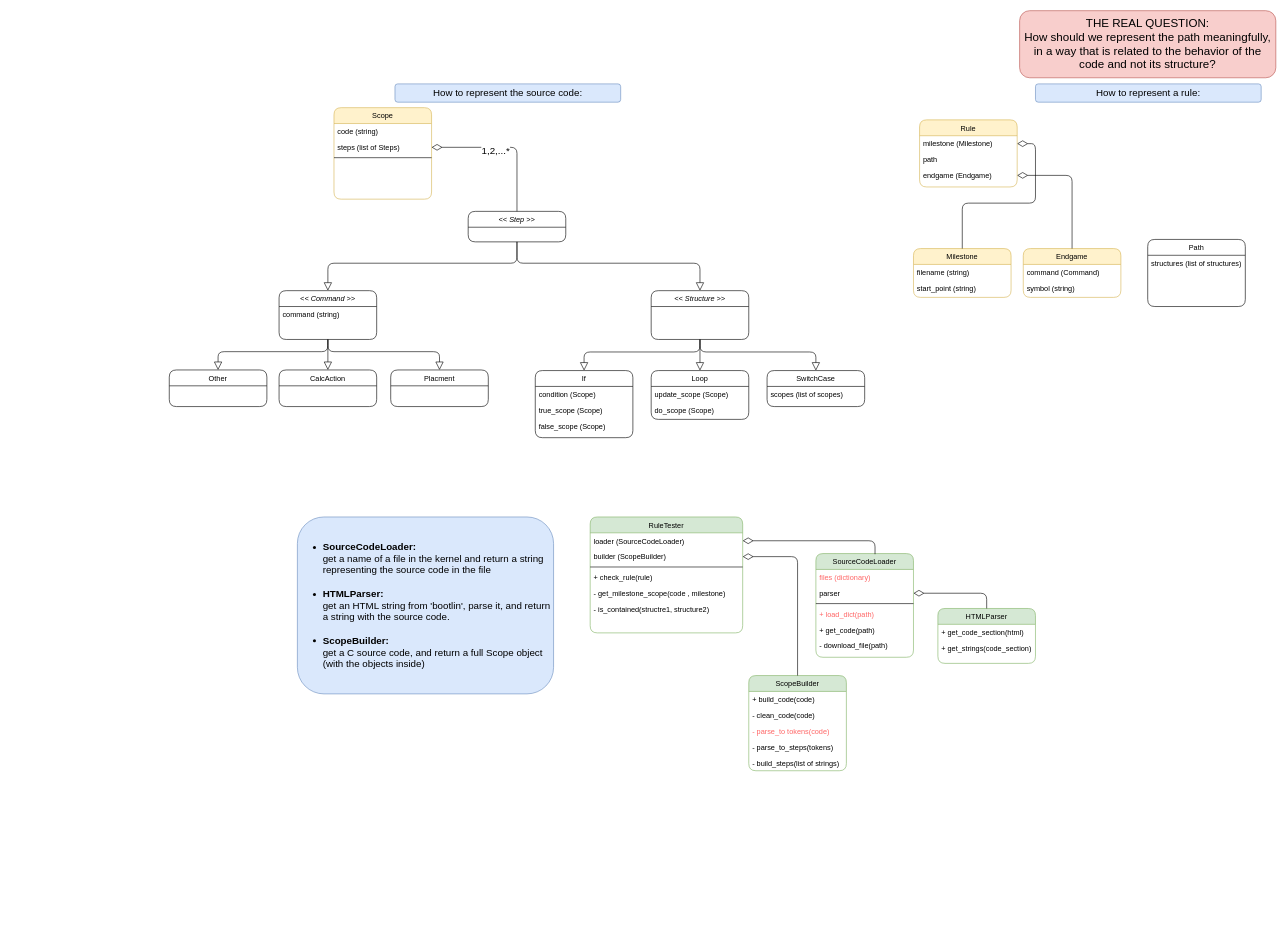
The draw.io diagram Untitled Diagram.drawio in zivnaim/simon, before the edit. Source tidied: cells renumbered, new cells numbered last; positions are measured from the earlier drawing's top-left corner, leaving out a move shared by most shapes. Both pictures are drawn from the tidied source at 61%, with x=0, y=0 at pixel (169, 10).
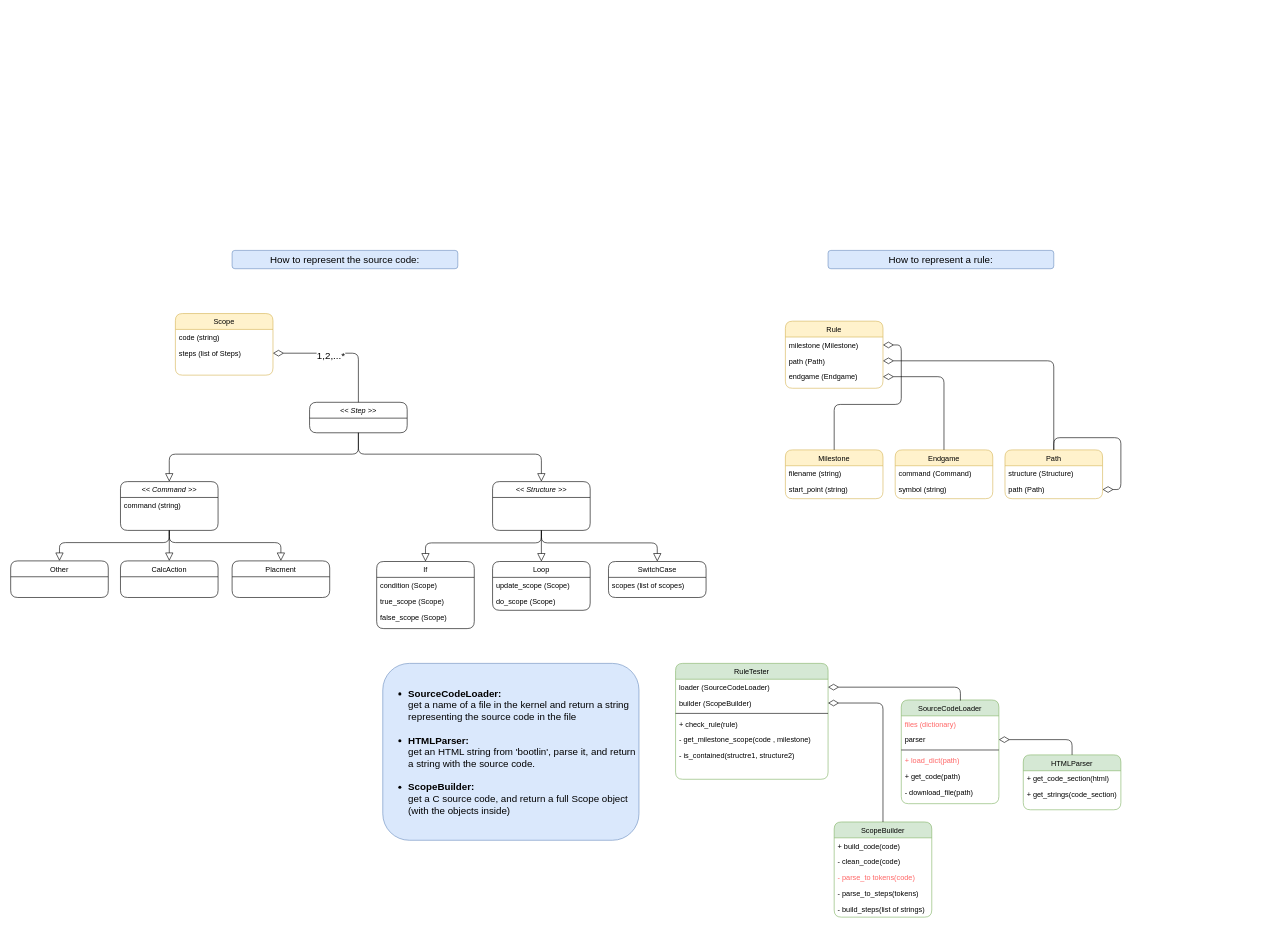
The same diagram, later.

The edit, as a diff of the source:
```diff
@@
     <mxCell id="2" value="SourceCodeLoader" style="swimlane;fontStyle=0;align=center;verticalAlign=top;horizontal=1;startSize=26;rounded=1;shadow=0;strokeWidth=1;fillColor=#d5e8d4;strokeColor=#82b366;" parent="1" vertex="1">
-      <mxGeometry x="1060" y="890" width="160" height="170" as="geometry" />
+      <mxGeometry x="1200" y="1130" width="160" height="170" as="geometry" />
     </mxCell>
@@
     <mxCell id="9" value="HTMLParser" style="swimlane;fontStyle=0;align=center;verticalAlign=top;horizontal=1;startSize=26;rounded=1;shadow=0;strokeWidth=1;fillColor=#d5e8d4;strokeColor=#82b366;" parent="1" vertex="1">
-      <mxGeometry x="1260" y="980" width="160" height="90" as="geometry" />
+      <mxGeometry x="1400" y="1220" width="160" height="90" as="geometry" />
     </mxCell>
@@
     <mxCell id="12" value="RuleTester" style="swimlane;fontStyle=0;align=center;verticalAlign=top;horizontal=1;startSize=26;rounded=1;shadow=0;strokeWidth=1;fillColor=#d5e8d4;strokeColor=#82b366;" parent="1" vertex="1">
-      <mxGeometry x="690" y="830" width="250" height="190" as="geometry" />
+      <mxGeometry x="830" y="1070" width="250" height="190" as="geometry" />
     </mxCell>
@@
     <mxCell id="22" value="&lt;&lt; Command &gt;&gt;" style="swimlane;fontStyle=2;align=center;verticalAlign=top;horizontal=1;startSize=26;rounded=1;shadow=0;strokeWidth=1;" parent="1" vertex="1">
-      <mxGeometry x="180" y="459" width="160" height="80" as="geometry" />
+      <mxGeometry x="-80" y="772" width="160" height="80" as="geometry" />
     </mxCell>
@@
     <mxCell id="24" value="CalcAction" style="swimlane;fontStyle=0;align=center;verticalAlign=top;horizontal=1;startSize=26;rounded=1;shadow=0;strokeWidth=1;" parent="1" vertex="1">
-      <mxGeometry x="180" y="589" width="160" height="60" as="geometry" />
+      <mxGeometry x="-80" y="902" width="160" height="60" as="geometry" />
     </mxCell>
     <mxCell id="25" value="Placment" style="swimlane;fontStyle=0;align=center;verticalAlign=top;horizontal=1;startSize=26;rounded=1;shadow=0;strokeWidth=1;" parent="1" vertex="1">
-      <mxGeometry x="363" y="589" width="160" height="60" as="geometry" />
+      <mxGeometry x="103" y="902" width="160" height="60" as="geometry" />
     </mxCell>
@@
     <mxCell id="29" value="&lt;&lt; Structure &gt;&gt;" style="swimlane;fontStyle=2;align=center;verticalAlign=top;horizontal=1;startSize=26;rounded=1;shadow=0;strokeWidth=1;" parent="1" vertex="1">
-      <mxGeometry x="790" y="459" width="160" height="80" as="geometry" />
+      <mxGeometry x="530" y="772" width="160" height="80" as="geometry" />
     </mxCell>
     <mxCell id="30" value="If" style="swimlane;fontStyle=0;align=center;verticalAlign=top;horizontal=1;startSize=26;rounded=1;shadow=0;strokeWidth=1;" parent="1" vertex="1">
-      <mxGeometry x="600" y="590" width="160" height="110" as="geometry" />
+      <mxGeometry x="340" y="903" width="160" height="110" as="geometry" />
     </mxCell>
@@
     <mxCell id="34" value="Loop" style="swimlane;fontStyle=0;align=center;verticalAlign=top;horizontal=1;startSize=26;rounded=1;shadow=0;strokeWidth=1;" parent="1" vertex="1">
-      <mxGeometry x="790" y="590" width="160" height="80" as="geometry" />
+      <mxGeometry x="530" y="903" width="160" height="80" as="geometry" />
     </mxCell>
@@
     <mxCell id="37" value="SwitchCase" style="swimlane;fontStyle=0;align=center;verticalAlign=top;horizontal=1;startSize=26;rounded=1;shadow=0;strokeWidth=1;" parent="1" vertex="1">
-      <mxGeometry x="980" y="590" width="160" height="59" as="geometry" />
+      <mxGeometry x="720" y="903" width="160" height="59" as="geometry" />
     </mxCell>
@@
     <mxCell id="41" value="&lt;&lt; Step &gt;&gt;" style="swimlane;fontStyle=2;align=center;verticalAlign=top;horizontal=1;startSize=26;rounded=1;shadow=0;strokeWidth=1;" parent="1" vertex="1">
-      <mxGeometry x="490" y="329" width="160" height="50" as="geometry" />
+      <mxGeometry x="230" y="642" width="160" height="50" as="geometry" />
     </mxCell>
     <mxCell id="42" value="Scope" style="swimlane;fontStyle=0;align=center;verticalAlign=top;horizontal=1;startSize=26;rounded=1;shadow=0;strokeWidth=1;fillColor=#fff2cc;strokeColor=#d6b656;" parent="1" vertex="1">
-      <mxGeometry x="270" y="159" width="160" height="150" as="geometry" />
+      <mxGeometry x="10" y="496.5" width="160" height="101" as="geometry" />
     </mxCell>
@@
-    <mxCell id="45" style="line;html=1;strokeWidth=1;align=left;verticalAlign=middle;spacingTop=-1;spacingLeft=3;spacingRight=3;labelPosition=right;rounded=1;" parent="42" vertex="1">
-      <mxGeometry y="78" width="160" height="8" as="geometry" />
-    </mxCell>
@@
     <mxCell id="48" value="How to represent the source code:" style="text;html=1;strokeColor=#6c8ebf;fillColor=#dae8fc;align=center;verticalAlign=middle;whiteSpace=wrap;rounded=1;fontSize=16;" parent="1" vertex="1">
-      <mxGeometry x="370" y="120" width="370" height="30" as="geometry" />
+      <mxGeometry x="103" y="393" width="370" height="30" as="geometry" />
     </mxCell>
     <mxCell id="49" value="How to represent a rule:" style="text;html=1;strokeColor=#6c8ebf;fillColor=#dae8fc;align=center;verticalAlign=middle;whiteSpace=wrap;rounded=1;fontSize=16;" parent="1" vertex="1">
-      <mxGeometry x="1420" y="120" width="370" height="30" as="geometry" />
+      <mxGeometry x="1080" y="393" width="370" height="30" as="geometry" />
     </mxCell>
     <mxCell id="50" value="ScopeBuilder" style="swimlane;fontStyle=0;align=center;verticalAlign=top;horizontal=1;startSize=26;rounded=1;shadow=0;strokeWidth=1;fillColor=#d5e8d4;strokeColor=#82b366;" parent="1" vertex="1">
-      <mxGeometry x="950" y="1090" width="160" height="156" as="geometry" />
+      <mxGeometry x="1090" y="1330" width="160" height="156" as="geometry" />
     </mxCell>
@@
     <mxCell id="59" value="&lt;ul&gt;&lt;li&gt;&lt;div&gt;&lt;b&gt;SourceCodeLoader:&lt;/b&gt;&lt;/div&gt;&lt;div&gt;&lt;span&gt;get a name of a file in the kernel and return a string representing the source code in the file&lt;/span&gt;&lt;/div&gt;&lt;div&gt;&lt;br&gt;&lt;/div&gt;&lt;/li&gt;&lt;li&gt;&lt;div&gt;&lt;b&gt;HTMLParser:&lt;/b&gt;&lt;/div&gt;&lt;div&gt;&lt;span&gt;get an HTML string from 'bootlin', parse it, and return a string with the source code.&amp;nbsp;&amp;nbsp;&lt;/span&gt;&lt;/div&gt;&lt;div&gt;&lt;br&gt;&lt;/div&gt;&lt;/li&gt;&lt;li&gt;&lt;div&gt;&lt;b&gt;ScopeBuilder:&lt;/b&gt;&lt;/div&gt;&lt;div&gt;&lt;span&gt;get a C source code, and return a full Scope object (with the objects inside)&lt;/span&gt;&lt;/div&gt;&lt;/li&gt;&lt;/ul&gt;" style="text;html=1;strokeColor=#6c8ebf;fillColor=#dae8fc;align=left;verticalAlign=middle;whiteSpace=wrap;rounded=1;fontSize=16;" parent="1" vertex="1">
-      <mxGeometry x="210" y="830" width="420" height="290" as="geometry" />
+      <mxGeometry x="350" y="1070" width="420" height="290" as="geometry" />
     </mxCell>
     <mxCell id="60" value="Other" style="swimlane;fontStyle=0;align=center;verticalAlign=top;horizontal=1;startSize=26;rounded=1;shadow=0;strokeWidth=1;" parent="1" vertex="1">
-      <mxGeometry y="589" width="160" height="60" as="geometry" />
+      <mxGeometry x="-260" y="902" width="160" height="60" as="geometry" />
     </mxCell>
     <mxCell id="61" value="Rule" style="swimlane;fontStyle=0;align=center;verticalAlign=top;horizontal=1;startSize=26;rounded=1;shadow=0;strokeWidth=1;fillColor=#fff2cc;strokeColor=#d6b656;" parent="1" vertex="1">
-      <mxGeometry x="1230" y="179" width="160" height="110" as="geometry" />
+      <mxGeometry x="1010" y="509" width="160" height="110" as="geometry" />
     </mxCell>
@@
-    <mxCell id="63" value="path" style="text;align=left;verticalAlign=top;spacingLeft=4;spacingRight=4;overflow=hidden;points=[[0,0.5],[1,0.5]];portConstraint=eastwest;rounded=1;shadow=0;html=0;" parent="61" vertex="1">
+    <mxCell id="63" value="path (Path)" style="text;align=left;verticalAlign=top;spacingLeft=4;spacingRight=4;overflow=hidden;points=[[0,0.5],[1,0.5]];portConstraint=eastwest;rounded=1;shadow=0;html=0;" parent="61" vertex="1">
       <mxGeometry y="52" width="160" height="26" as="geometry" />
     </mxCell>
@@
     <mxCell id="65" value="Milestone" style="swimlane;fontStyle=0;align=center;verticalAlign=top;horizontal=1;startSize=26;rounded=1;shadow=0;strokeWidth=1;fillColor=#fff2cc;strokeColor=#d6b656;" parent="1" vertex="1">
-      <mxGeometry x="1220" y="390" width="160" height="80" as="geometry" />
+      <mxGeometry x="1010" y="720" width="160" height="80" as="geometry" />
     </mxCell>
@@
     <mxCell id="69" value="Endgame" style="swimlane;fontStyle=0;align=center;verticalAlign=top;horizontal=1;startSize=26;rounded=1;shadow=0;strokeWidth=1;fillColor=#fff2cc;strokeColor=#d6b656;" parent="1" vertex="1">
-      <mxGeometry x="1400" y="390" width="160" height="80" as="geometry" />
+      <mxGeometry x="1190" y="720" width="160" height="80" as="geometry" />
     </mxCell>
@@
-    <mxCell id="73" value="Path" style="swimlane;fontStyle=0;align=center;verticalAlign=top;horizontal=1;startSize=26;rounded=1;shadow=0;strokeWidth=1;" parent="1" vertex="1">
-      <mxGeometry x="1604" y="375" width="160" height="110" as="geometry" />
+    <mxCell id="73" value="Path" style="swimlane;fontStyle=0;align=center;verticalAlign=top;horizontal=1;startSize=26;rounded=1;shadow=0;strokeWidth=1;fillColor=#fff2cc;strokeColor=#d6b656;" parent="1" vertex="1">
+      <mxGeometry x="1370" y="720" width="160" height="80" as="geometry" />
     </mxCell>
-    <mxCell id="74" value="structures (list of structures)" style="text;align=left;verticalAlign=top;spacingLeft=4;spacingRight=4;overflow=hidden;rounded=1;" parent="73" vertex="1">
+    <mxCell id="74" value="structure (Structure)" style="text;align=left;verticalAlign=top;spacingLeft=4;spacingRight=4;overflow=hidden;rounded=1;" parent="73" vertex="1">
       <mxGeometry y="26" width="160" height="26" as="geometry" />
     </mxCell>
-    <mxCell id="75" value="&lt;div style=&quot;font-size: 19px&quot;&gt;&lt;font style=&quot;font-size: 19px&quot;&gt;THE REAL QUESTION:&lt;/font&gt;&lt;/div&gt;&lt;div style=&quot;font-size: 19px&quot;&gt;&lt;font style=&quot;font-size: 19px&quot;&gt;How should we represent the path meaningfully, in a way that is related to the behavior of the code and not its structure?&lt;/font&gt;&lt;/div&gt;" style="text;html=1;strokeColor=#b85450;fillColor=#f8cecc;align=center;verticalAlign=middle;whiteSpace=wrap;rounded=1;fontSize=16;" parent="1" vertex="1">
-      <mxGeometry x="1394" width="420" height="110" as="geometry" />
-    </mxCell>
+    <mxCell id="76" style="edgeStyle=orthogonalEdgeStyle;rounded=1;jettySize=auto;html=1;exitX=1;exitY=0.5;exitDx=0;exitDy=0;entryX=0.5;entryY=0;entryDx=0;entryDy=0;startArrow=diamondThin;startFill=0;endArrow=none;endFill=0;startSize=15;" parent="73" edge="1" source="77" target="73">
+      <mxGeometry relative="1" as="geometry" />
+    </mxCell>
+    <mxCell id="77" value="path (Path)" style="text;align=left;verticalAlign=top;spacingLeft=4;spacingRight=4;overflow=hidden;points=[[0,0.5],[1,0.5]];portConstraint=eastwest;rounded=1;" parent="73" vertex="1">
+      <mxGeometry y="52" width="160" height="26" as="geometry" />
+    </mxCell>
+    <mxCell id="78" style="edgeStyle=orthogonalEdgeStyle;rounded=1;jettySize=auto;html=1;exitX=1;exitY=0.5;exitDx=0;exitDy=0;entryX=0.5;entryY=0;entryDx=0;entryDy=0;startArrow=diamondThin;startFill=0;endArrow=none;endFill=0;startSize=15;" parent="1" edge="1" source="63" target="73">
+      <mxGeometry relative="1" as="geometry" />
+    </mxCell>
```
